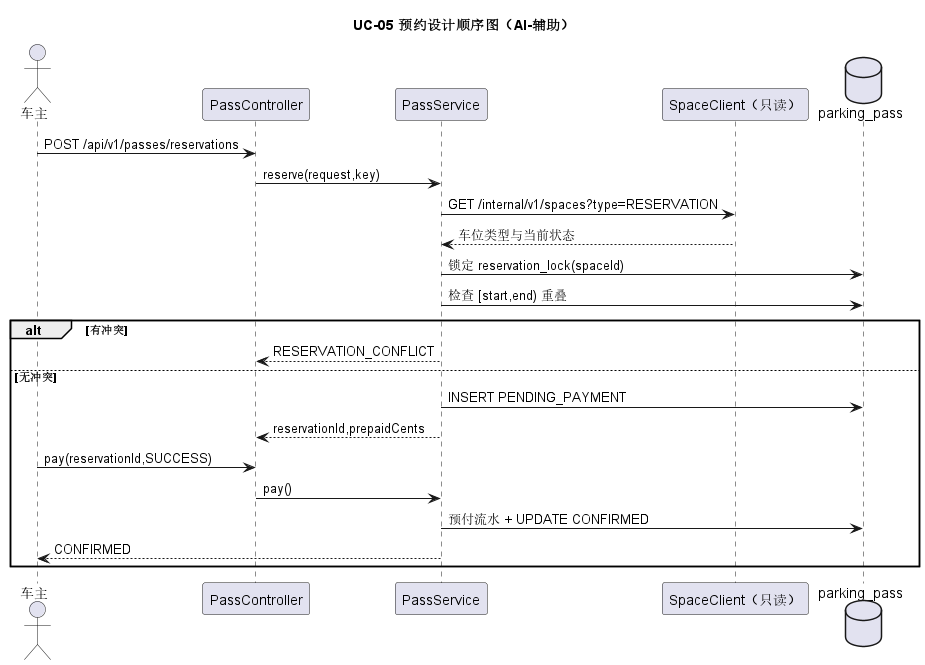
Gindama713/UMLWORK keeps this PlantUML diagram as models/rendered/10-reservation-design-sequence.png. Above is the earlier version.
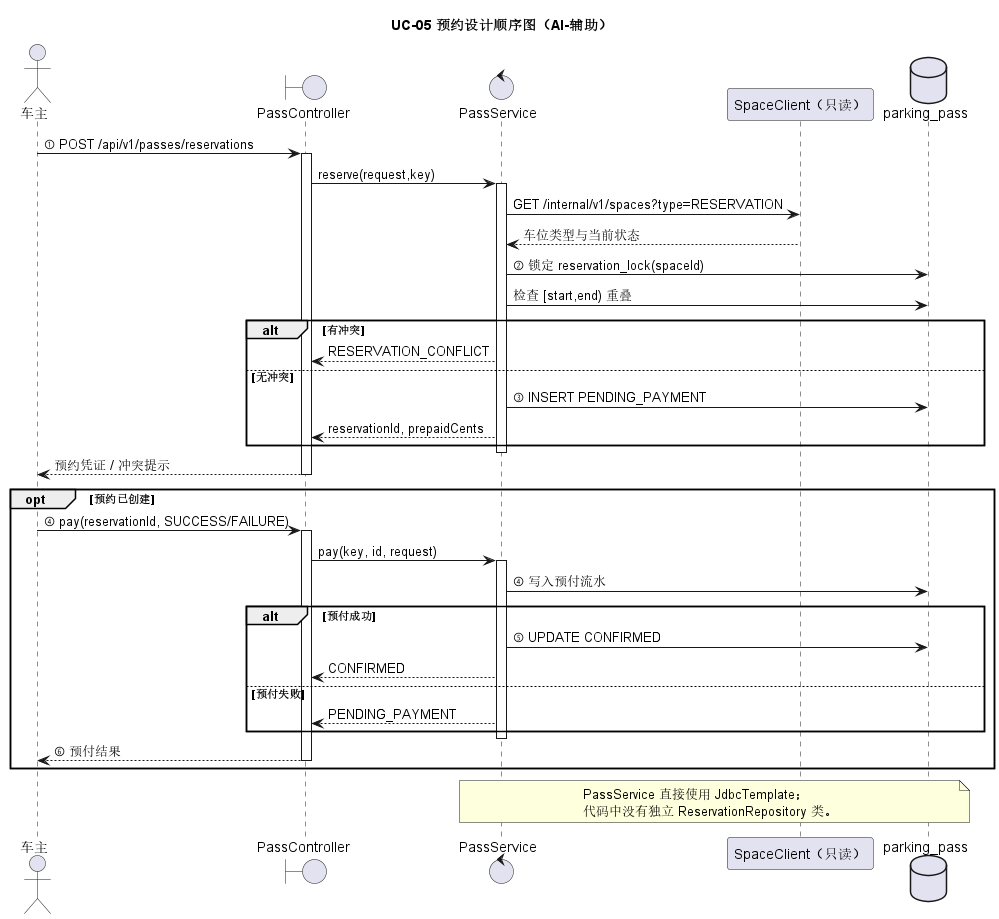
The same diagram one commit later.

Change to the diagram source:
```diff
@@ -1,24 +1,42 @@
 @startuml
 title UC-05 预约设计顺序图（AI-辅助）
 actor 车主
-participant "PassController" as controller
-participant "PassService" as pass
+boundary PassController as controller
+control PassService as pass
 participant "SpaceClient（只读）" as space
 database "parking_pass" as db
-车主 -> controller : POST /api/v1/passes/reservations
+车主 -> controller : ① POST /api/v1/passes/reservations
+activate controller
 controller -> pass : reserve(request,key)
+activate pass
 pass -> space : GET /internal/v1/spaces?type=RESERVATION
 space --> pass : 车位类型与当前状态
-pass -> db : 锁定 reservation_lock(spaceId)
+pass -> db : ② 锁定 reservation_lock(spaceId)
 pass -> db : 检查 [start,end) 重叠
 alt 有冲突
   pass --> controller : RESERVATION_CONFLICT
 else 无冲突
-  pass -> db : INSERT PENDING_PAYMENT
-  pass --> controller : reservationId,prepaidCents
-  车主 -> controller : pay(reservationId,SUCCESS)
-  controller -> pass : pay()
-  pass -> db : 预付流水 + UPDATE CONFIRMED
-  pass --> 车主 : CONFIRMED
+  pass -> db : ③ INSERT PENDING_PAYMENT
+  pass --> controller : reservationId, prepaidCents
 end
+deactivate pass
+controller --> 车主 : 预约凭证 / 冲突提示
+deactivate controller
+opt 预约已创建
+  车主 -> controller : ④ pay(reservationId, SUCCESS/FAILURE)
+  activate controller
+  controller -> pass : pay(key, id, request)
+  activate pass
+  pass -> db : ④ 写入预付流水
+  alt 预付成功
+    pass -> db : ⑤ UPDATE CONFIRMED
+    pass --> controller : CONFIRMED
+  else 预付失败
+    pass --> controller : PENDING_PAYMENT
+  end
+  deactivate pass
+  controller --> 车主 : ⑥ 预付结果
+  deactivate controller
+end
+note over pass,db : PassService 直接使用 JdbcTemplate；\n代码中没有独立 ReservationRepository 类。
 @enduml
```
